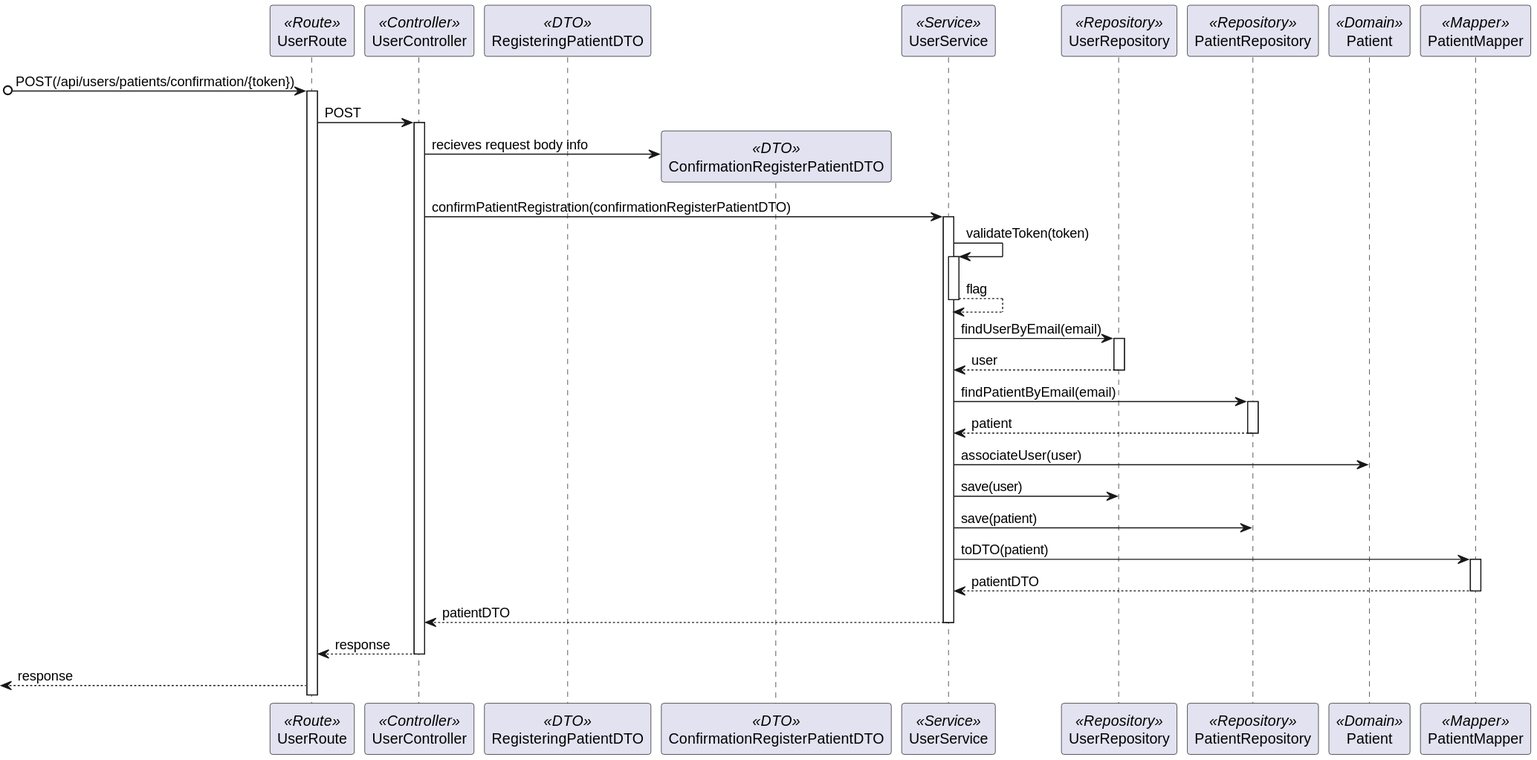
The PlantUML diagram docs/Sprint_1/US_5.1.3/L3/Process_View_Posterior_Confirmation.svg in Rodrick0209/ISEP-SEM5PI-24-25, before a commit.
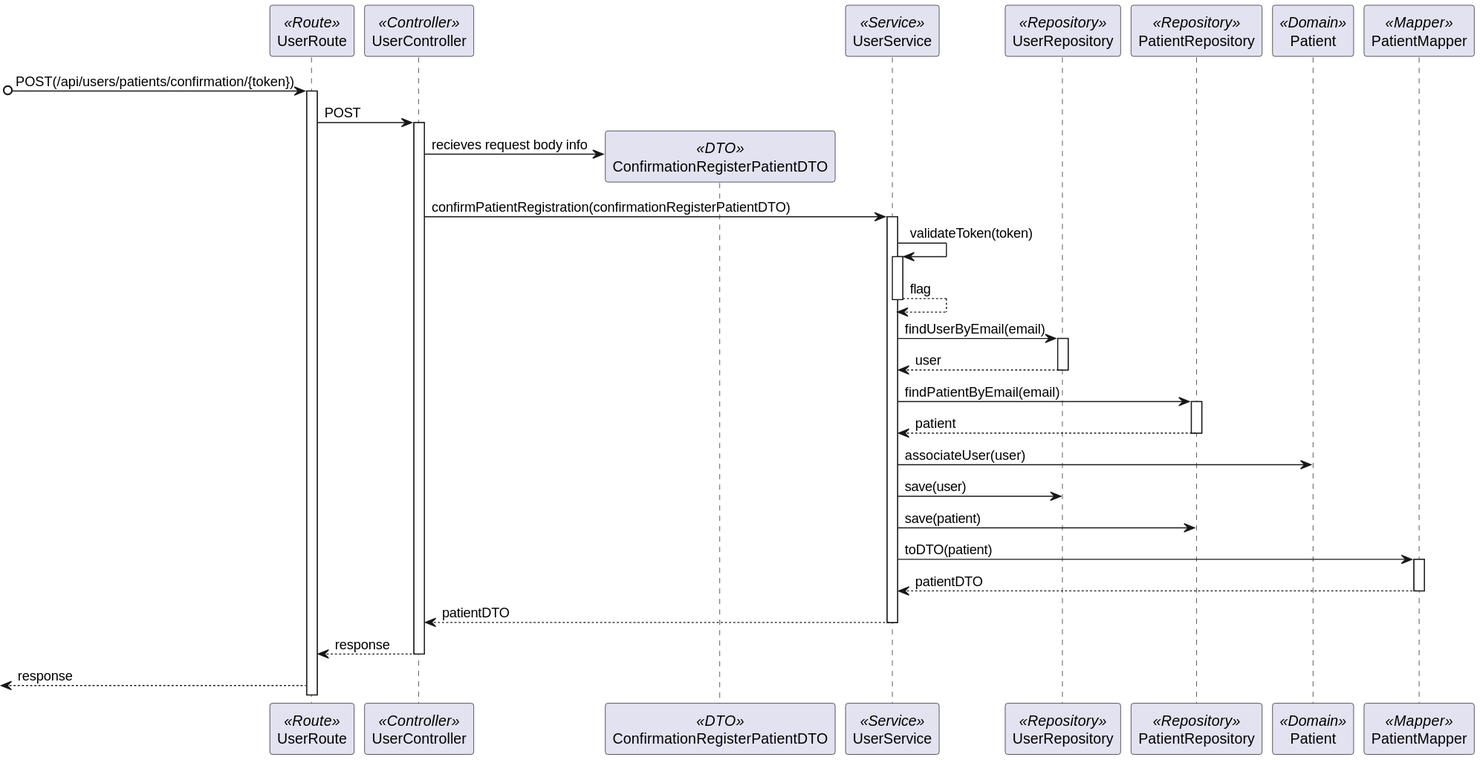
After the commit.

Commit message:
US 5.1.3 Design (Fixed Level 3 Posterior Confirmation Process View Diagram) #4

Change to the diagram source:
```diff
@@ -1,7 +1,6 @@
 @startuml
 participant UserRoute as Route <<Route>>
 participant UserController as Controller <<Controller>>
-participant RegisteringPatientDTO as DTO <<DTO>>
 participant ConfirmationRegisterPatientDTO as ConfirmationDTO <<DTO>>
 participant UserService as Service <<Service>>
 participant UserRepository as Repository <<Repository>>
```
